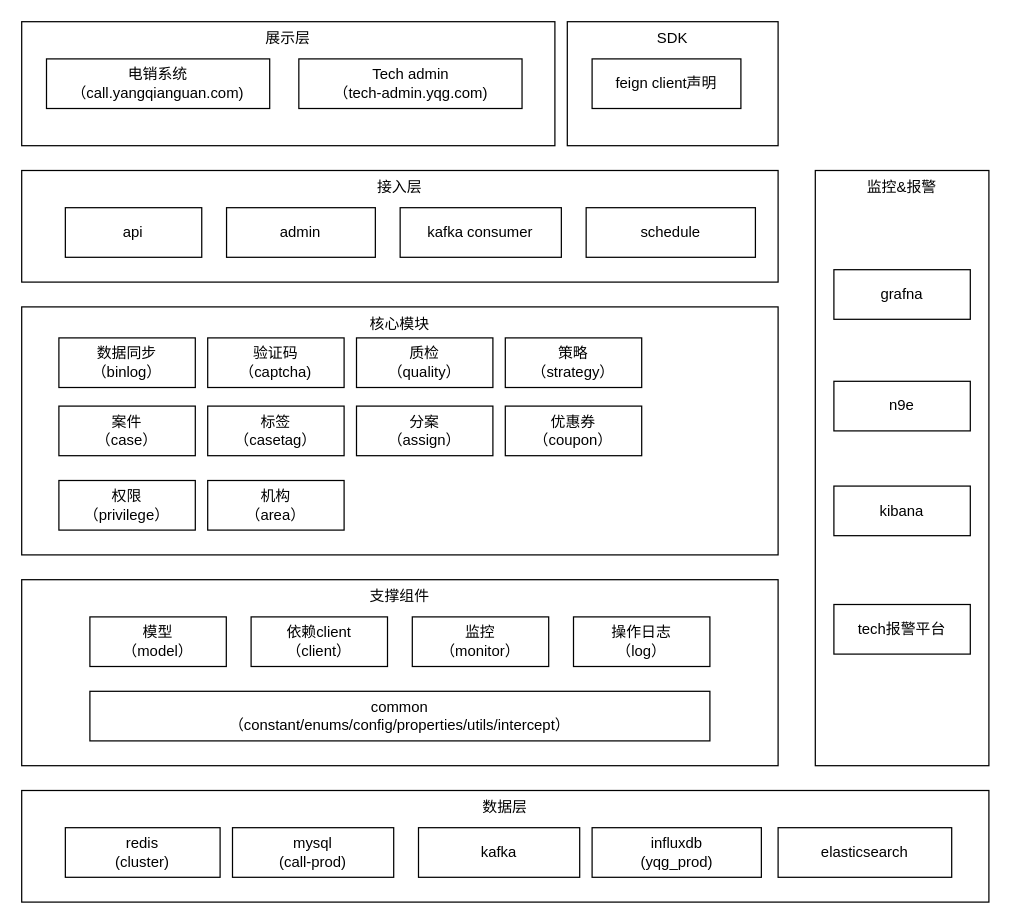
The draw.io diagram page "分层架构" (3 of 3) of 电销系统-应用架构.drawio in ABIN-DS/flowchart, before the edit. Source tidied: cells renumbered, new cells numbered last; positions are measured from the earlier drawing's top-left corner, leaving out a move shared by most shapes. Both pictures are drawn from the tidied source at 124%, with x=0, y=0 at pixel (21, 21).
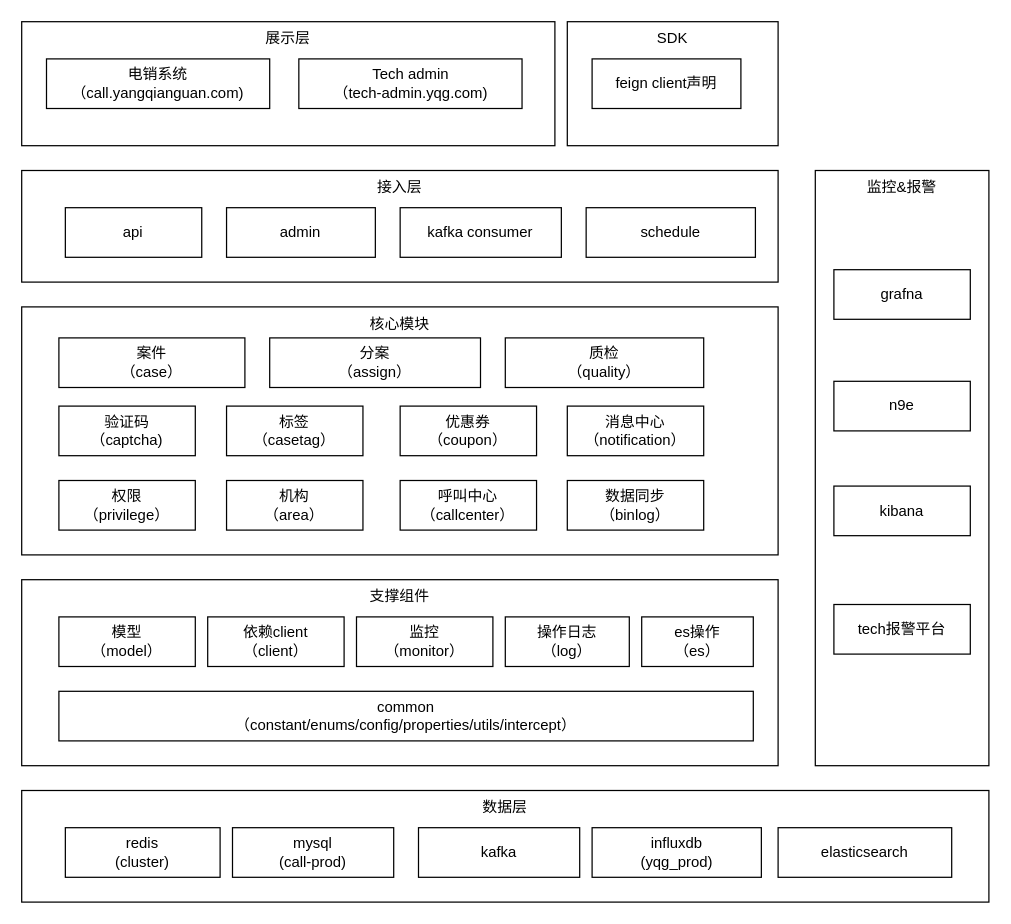
After the change.

Commit message:
更新电销系统-应用架构.drawio

The edit, as a diff of the source:
```diff
@@
     <mxCell id="11" value="案件&lt;br&gt;（case）" style="rounded=0;whiteSpace=wrap;html=1;" parent="1" vertex="1">
-      <mxGeometry x="30" y="310" width="110" height="40" as="geometry" />
+      <mxGeometry x="30" y="255" width="150" height="40" as="geometry" />
     </mxCell>
     <mxCell id="12" value="数据同步&lt;br&gt;（binlog）" style="rounded=0;whiteSpace=wrap;html=1;" parent="1" vertex="1">
-      <mxGeometry x="30" y="255" width="110" height="40" as="geometry" />
+      <mxGeometry x="440" y="370" width="110" height="40" as="geometry" />
     </mxCell>
     <mxCell id="13" value="标签&lt;br&gt;（casetag）" style="rounded=0;whiteSpace=wrap;html=1;" parent="1" vertex="1">
-      <mxGeometry x="150" y="310" width="110" height="40" as="geometry" />
+      <mxGeometry x="165.2" y="310" width="110" height="40" as="geometry" />
     </mxCell>
@@
     <mxCell id="15" value="操作日志&lt;br&gt;（log）" style="rounded=0;whiteSpace=wrap;html=1;" parent="1" vertex="1">
-      <mxGeometry x="445" y="480" width="110" height="40" as="geometry" />
+      <mxGeometry x="390" y="480" width="100" height="40" as="geometry" />
     </mxCell>
     <mxCell id="16" value="监控&lt;br&gt;（monitor）" style="rounded=0;whiteSpace=wrap;html=1;" parent="1" vertex="1">
-      <mxGeometry x="315" y="480" width="110" height="40" as="geometry" />
+      <mxGeometry x="270" y="480" width="110" height="40" as="geometry" />
     </mxCell>
     <mxCell id="17" value="模型&lt;br&gt;（model）" style="rounded=0;whiteSpace=wrap;html=1;" parent="1" vertex="1">
-      <mxGeometry x="55" y="480" width="110" height="40" as="geometry" />
+      <mxGeometry x="30" y="480" width="110" height="40" as="geometry" />
     </mxCell>
     <mxCell id="18" value="common&lt;br&gt;（constant/enums/config/properties/utils/intercept）" style="rounded=0;whiteSpace=wrap;html=1;" parent="1" vertex="1">
-      <mxGeometry x="55" y="540" width="500" height="40" as="geometry" />
+      <mxGeometry x="30" y="540" width="560" height="40" as="geometry" />
     </mxCell>
     <mxCell id="19" value="依赖client&lt;br&gt;（client）" style="rounded=0;whiteSpace=wrap;html=1;" parent="1" vertex="1">
-      <mxGeometry x="185" y="480" width="110" height="40" as="geometry" />
+      <mxGeometry x="150" y="480" width="110" height="40" as="geometry" />
     </mxCell>
@@
     <mxCell id="33" value="验证码&lt;br&gt;（captcha)" style="rounded=0;whiteSpace=wrap;html=1;" parent="1" vertex="1">
-      <mxGeometry x="150" y="255" width="110" height="40" as="geometry" />
+      <mxGeometry x="30" y="310" width="110" height="40" as="geometry" />
     </mxCell>
     <mxCell id="34" value="质检&lt;br&gt;（quality）" style="rounded=0;whiteSpace=wrap;html=1;" parent="1" vertex="1">
-      <mxGeometry x="270" y="255" width="110" height="40" as="geometry" />
+      <mxGeometry x="390" y="255" width="160" height="40" as="geometry" />
     </mxCell>
-    <mxCell id="35" value="策略&lt;br&gt;（strategy）" style="rounded=0;whiteSpace=wrap;html=1;" parent="1" vertex="1">
-      <mxGeometry x="390" y="255" width="110" height="40" as="geometry" />
-    </mxCell>
     <mxCell id="36" value="分案&lt;br&gt;（assign）" style="rounded=0;whiteSpace=wrap;html=1;" parent="1" vertex="1">
-      <mxGeometry x="270" y="310" width="110" height="40" as="geometry" />
+      <mxGeometry x="200" y="255" width="170" height="40" as="geometry" />
     </mxCell>
     <mxCell id="37" value="优惠券&lt;br&gt;（coupon）" style="rounded=0;whiteSpace=wrap;html=1;" parent="1" vertex="1">
-      <mxGeometry x="390" y="310" width="110" height="40" as="geometry" />
+      <mxGeometry x="305.2" y="310" width="110" height="40" as="geometry" />
     </mxCell>
@@
     <mxCell id="39" value="机构&lt;br&gt;（area）" style="rounded=0;whiteSpace=wrap;html=1;" parent="1" vertex="1">
-      <mxGeometry x="150" y="370" width="110" height="40" as="geometry" />
+      <mxGeometry x="165.2" y="370" width="110" height="40" as="geometry" />
     </mxCell>
+    <mxCell id="40" value="消息中心&lt;br&gt;（notification）" style="rounded=0;whiteSpace=wrap;html=1;" parent="1" vertex="1">
+      <mxGeometry x="440" y="310" width="110" height="40" as="geometry" />
+    </mxCell>
+    <mxCell id="41" value="呼叫中心&lt;br&gt;（callcenter）" style="rounded=0;whiteSpace=wrap;html=1;" parent="1" vertex="1">
+      <mxGeometry x="305.2" y="370" width="110" height="40" as="geometry" />
+    </mxCell>
+    <mxCell id="42" value="es操作&lt;br&gt;（es）" style="rounded=0;whiteSpace=wrap;html=1;" parent="1" vertex="1">
+      <mxGeometry x="500" y="480" width="90" height="40" as="geometry" />
+    </mxCell>
```
